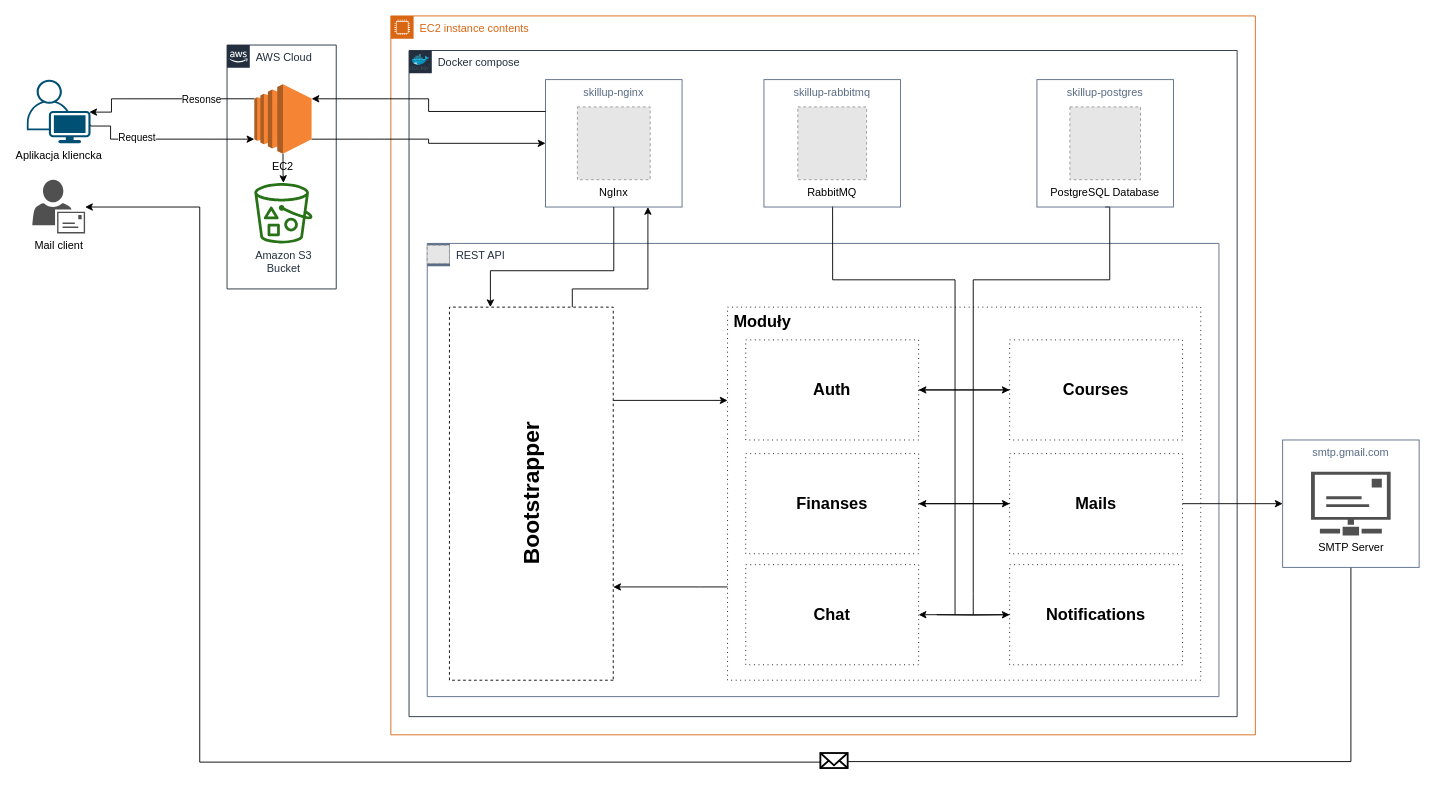
Above: page "Architecture-Prod" (1 of 3) of src/documentation/graphs.drawio in FriZiii/SkillUp (draw.io), before the change. Source tidied: cells renumbered, new cells numbered last; positions are measured from the earlier drawing's top-left corner, leaving out a move shared by most shapes. Both pictures are drawn from the tidied source at 91%, with x=0, y=0 at pixel (26, 15). Pictures stored in the file or linked from it are replaced by grey dashed boxes.
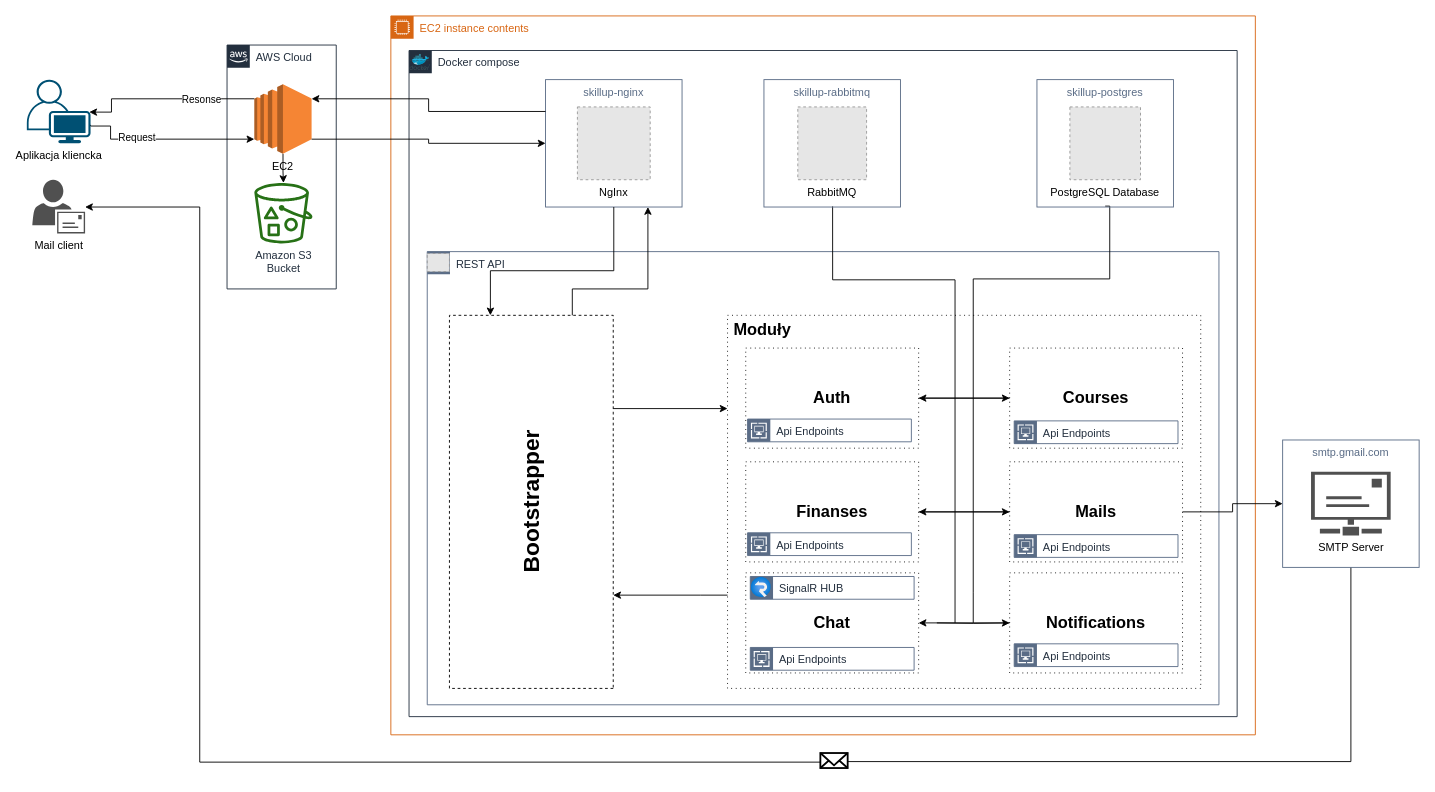
The same page after the edit.

Unchanged cells that the change refers to:
```xml
<mxCell id="7" value="Docker compose" style="gradientColor=none;html=1;whiteSpace=wrap;fontSize=12;fontStyle=0;shape=mxgraph.aws4.group;grIcon=mxgraph.aws4.group_aws_cloud_alt;strokeColor=#232F3E;fillColor=none;verticalAlign=top;align=left;spacingLeft=30;fontColor=#232F3E;dashed=0;" parent="6" vertex="1">
  <mxGeometry x="20" y="38" width="910" height="732" as="geometry" />
</mxCell>
<mxCell id="32" style="group;" parent="7" vertex="1">
  <mxGeometry x="390" y="32" width="150" height="140" as="geometry" />
</mxCell>
<mxCell id="34" value="skillup-rabbitmq" style="fillColor=none;strokeColor=#5A6C86;verticalAlign=top;fontStyle=0;fontColor=#5A6C86;whiteSpace=wrap;html=1;" parent="32" vertex="1">
  <mxGeometry width="150" height="140" as="geometry" />
</mxCell>
<mxCell id="36" style="group;" parent="7" vertex="1">
  <mxGeometry x="690" y="32" width="150" height="140" as="geometry" />
</mxCell>
<mxCell id="38" value="skillup-postgres" style="fillColor=none;strokeColor=#5A6C86;verticalAlign=top;fontStyle=0;fontColor=#5A6C86;whiteSpace=wrap;html=1;" parent="36" vertex="1">
  <mxGeometry width="150" height="140" as="geometry" />
</mxCell>
```

What changed in the source:
```diff
@@
     <mxCell id="11" value="REST API" style="points=[[0,0],[0.25,0],[0.5,0],[0.75,0],[1,0],[1,0.25],[1,0.5],[1,0.75],[1,1],[0.75,1],[0.5,1],[0.25,1],[0,1],[0,0.75],[0,0.5],[0,0.25]];outlineConnect=0;gradientColor=none;html=1;whiteSpace=wrap;fontSize=12;fontStyle=0;shape=mxgraph.aws4.group;grIcon=mxgraph.aws4.group_aws_cloud_alt;strokeColor=#5A6C86;fillColor=none;verticalAlign=top;align=left;spacingLeft=30;fontColor=#232F3E;" parent="7" vertex="1">
-      <mxGeometry x="20" y="212" width="870" height="498" as="geometry" />
+      <mxGeometry x="20" y="221" width="870" height="498" as="geometry" />
     </mxCell>
@@
-    <mxCell id="23" value="&lt;h2&gt;Chat&lt;/h2&gt;" style="rounded=0;whiteSpace=wrap;html=1;dashed=1;dashPattern=1 4;fillColor=none;" parent="11" vertex="1">
+    <mxCell id="23" value="&lt;h2&gt;Chat&lt;/h2&gt;" style="rounded=0;whiteSpace=wrap;html=1;dashed=1;dashPattern=1 4;fillColor=none;imageBackground=#000000;" parent="11" vertex="1">
       <mxGeometry x="350" y="353" width="190" height="110" as="geometry" />
     </mxCell>
@@
+    <mxCell id="55" value="SignalR HUB" style="gradientColor=none;html=1;whiteSpace=wrap;fontSize=12;fontStyle=0;shape=mxgraph.aws4.group;grIcon=mxgraph.aws4.group_aws_cloud_alt;strokeColor=#5A6C86;fillColor=none;verticalAlign=top;align=left;spacingLeft=30;fontColor=#232F3E;" parent="11" vertex="1">
+      <mxGeometry x="355" y="357" width="180" height="25" as="geometry" />
+    </mxCell>
+    <mxCell id="56" style="image;html=1;align=center;fontSize=12;image=img/lib/azure2/web/SignalR.svg;imageBackground=#5a6c86;perimeterSpacing=1;strokeWidth=11;" parent="55" vertex="1">
+      <mxGeometry x="1" y="1" width="22" height="22" as="geometry" />
+    </mxCell>
+    <mxCell id="57" value="Api Endpoints" style="gradientColor=none;html=1;whiteSpace=wrap;fontSize=12;fontStyle=0;shape=mxgraph.aws4.group;grIcon=mxgraph.aws4.group_aws_cloud_alt;strokeColor=#5A6C86;fillColor=none;verticalAlign=top;align=left;spacingLeft=30;fontColor=#232F3E;" parent="11" vertex="1">
+      <mxGeometry x="645" y="431" width="180" height="25" as="geometry" />
+    </mxCell>
+    <mxCell id="58" style="shadow=0;dashed=0;html=1;strokeColor=none;fillColor=#5a6c86;labelPosition=center;verticalLabelPosition=bottom;verticalAlign=top;align=center;shape=mxgraph.veeam.endpoint_backup;" parent="57" vertex="1">
+      <mxGeometry x="2" y="2" width="21" height="21" as="geometry" />
+    </mxCell>
+    <mxCell id="59" value="Api Endpoints" style="gradientColor=none;html=1;whiteSpace=wrap;fontSize=12;fontStyle=0;shape=mxgraph.aws4.group;grIcon=mxgraph.aws4.group_aws_cloud_alt;strokeColor=#5A6C86;fillColor=none;verticalAlign=top;align=left;spacingLeft=30;fontColor=#232F3E;" parent="11" vertex="1">
+      <mxGeometry x="645" y="311" width="180" height="25" as="geometry" />
+    </mxCell>
+    <mxCell id="60" style="shadow=0;dashed=0;html=1;strokeColor=none;fillColor=#5a6c86;labelPosition=center;verticalLabelPosition=bottom;verticalAlign=top;align=center;shape=mxgraph.veeam.endpoint_backup;" parent="59" vertex="1">
+      <mxGeometry x="2" y="2" width="21" height="21" as="geometry" />
+    </mxCell>
+    <mxCell id="61" value="Api Endpoints" style="gradientColor=none;html=1;whiteSpace=wrap;fontSize=12;fontStyle=0;shape=mxgraph.aws4.group;grIcon=mxgraph.aws4.group_aws_cloud_alt;strokeColor=#5A6C86;fillColor=none;verticalAlign=top;align=left;spacingLeft=30;fontColor=#232F3E;" parent="11" vertex="1">
+      <mxGeometry x="645" y="186" width="180" height="25" as="geometry" />
+    </mxCell>
+    <mxCell id="62" style="shadow=0;dashed=0;html=1;strokeColor=none;fillColor=#5a6c86;labelPosition=center;verticalLabelPosition=bottom;verticalAlign=top;align=center;shape=mxgraph.veeam.endpoint_backup;" parent="61" vertex="1">
+      <mxGeometry x="2" y="2" width="21" height="21" as="geometry" />
+    </mxCell>
+    <mxCell id="63" value="Api Endpoints" style="gradientColor=none;html=1;whiteSpace=wrap;fontSize=12;fontStyle=0;shape=mxgraph.aws4.group;grIcon=mxgraph.aws4.group_aws_cloud_alt;strokeColor=#5A6C86;fillColor=none;verticalAlign=top;align=left;spacingLeft=30;fontColor=#232F3E;" parent="11" vertex="1">
+      <mxGeometry x="355" y="435" width="180" height="25" as="geometry" />
+    </mxCell>
+    <mxCell id="64" style="shadow=0;dashed=0;html=1;strokeColor=none;fillColor=#5a6c86;labelPosition=center;verticalLabelPosition=bottom;verticalAlign=top;align=center;shape=mxgraph.veeam.endpoint_backup;" parent="63" vertex="1">
+      <mxGeometry x="2" y="2" width="21" height="21" as="geometry" />
+    </mxCell>
+    <mxCell id="65" value="Api Endpoints" style="gradientColor=none;html=1;whiteSpace=wrap;fontSize=12;fontStyle=0;shape=mxgraph.aws4.group;grIcon=mxgraph.aws4.group_aws_cloud_alt;strokeColor=#5A6C86;fillColor=none;verticalAlign=top;align=left;spacingLeft=30;fontColor=#232F3E;" parent="11" vertex="1">
+      <mxGeometry x="352" y="309" width="180" height="25" as="geometry" />
+    </mxCell>
+    <mxCell id="66" style="shadow=0;dashed=0;html=1;strokeColor=none;fillColor=#5a6c86;labelPosition=center;verticalLabelPosition=bottom;verticalAlign=top;align=center;shape=mxgraph.veeam.endpoint_backup;" parent="65" vertex="1">
+      <mxGeometry x="2" y="2" width="21" height="21" as="geometry" />
+    </mxCell>
+    <mxCell id="67" value="Api Endpoints" style="gradientColor=none;html=1;whiteSpace=wrap;fontSize=12;fontStyle=0;shape=mxgraph.aws4.group;grIcon=mxgraph.aws4.group_aws_cloud_alt;strokeColor=#5A6C86;fillColor=none;verticalAlign=top;align=left;spacingLeft=30;fontColor=#232F3E;" parent="11" vertex="1">
+      <mxGeometry x="352" y="184" width="180" height="25" as="geometry" />
+    </mxCell>
+    <mxCell id="68" style="shadow=0;dashed=0;html=1;strokeColor=none;fillColor=#5a6c86;labelPosition=center;verticalLabelPosition=bottom;verticalAlign=top;align=center;shape=mxgraph.veeam.endpoint_backup;" parent="67" vertex="1">
+      <mxGeometry x="2" y="2" width="21" height="21" as="geometry" />
+    </mxCell>
@@
     <mxCell id="33" style="edgeStyle=orthogonalEdgeStyle;rounded=0;jettySize=auto;html=1;exitX=0.503;exitY=0.995;exitDx=0;exitDy=0;endArrow=none;endFill=0;exitPerimeter=0;" parent="32" edge="1" source="34">
       <mxGeometry relative="1" as="geometry">
-        <mxPoint x="210" y="588" as="targetPoint" />
+        <mxPoint x="210" y="597" as="targetPoint" />
         <Array as="points">
           <mxPoint x="76" y="220" />
           <mxPoint x="210" y="220" />
         </Array>
       </mxGeometry>
     </mxCell>
@@
-    <mxCell id="37" style="edgeStyle=orthogonalEdgeStyle;rounded=0;jettySize=auto;html=1;endArrow=none;endFill=0;exitX=0.5;exitY=1;exitDx=0;exitDy=0;" parent="36" edge="1" source="38">
+    <mxCell id="37" style="edgeStyle=orthogonalEdgeStyle;rounded=0;orthogonalLoop=1;jettySize=auto;html=1;endArrow=none;endFill=0;exitX=0.5;exitY=1;exitDx=0;exitDy=0;" parent="36" edge="1">
       <mxGeometry relative="1" as="geometry">
-        <mxPoint x="-70" y="588" as="targetPoint" />
+        <mxPoint x="75" y="139" as="sourcePoint" />
+        <mxPoint x="-70" y="597" as="targetPoint" />
         <Array as="points">
-          <mxPoint x="80" y="140" />
-          <mxPoint x="80" y="220" />
-          <mxPoint x="-70" y="220" />
-          <mxPoint x="-70" y="565" />
+          <mxPoint x="80" y="139" />
+          <mxPoint x="80" y="219" />
+          <mxPoint x="-70" y="219" />
+          <mxPoint x="-70" y="564" />
         </Array>
       </mxGeometry>
     </mxCell>
```
